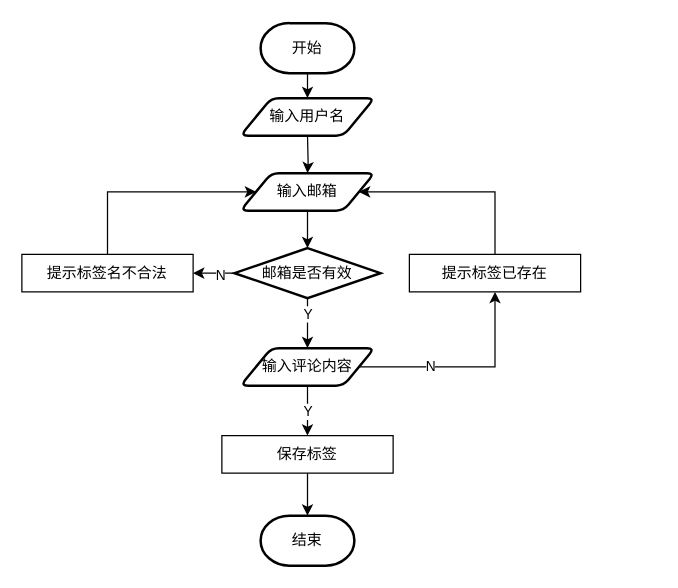
Above: 博客系统评论功能流程图.drawio in zyl-2000/draw (draw.io), before the change. Source tidied: cells renumbered, new cells numbered last; positions are measured from the earlier drawing's top-left corner, leaving out a move shared by most shapes. Both pictures are drawn from the tidied source at 125%, with x=0, y=0 at pixel (21, 22).
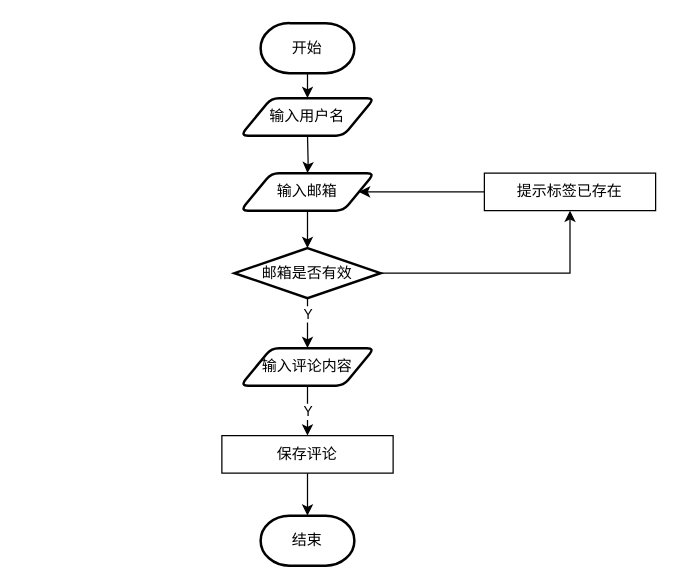
After the change.

Commit message (it also covers changes not shown here):
更新博客系统评论功能流程图.drawio

The change refers to these unchanged cells:
```xml
<mxCell id="5" value="输入邮箱" style="shape=parallelogram;html=1;strokeWidth=2;perimeter=parallelogramPerimeter;whiteSpace=wrap;rounded=1;arcSize=12;size=0.23;" parent="1" vertex="1">
  <mxGeometry x="175" y="120" width="107" height="30" as="geometry" />
</mxCell>
<mxCell id="10" value="邮箱是否有效" style="strokeWidth=2;html=1;shape=mxgraph.flowchart.decision;whiteSpace=wrap;" parent="1" vertex="1">
  <mxGeometry x="170.1" y="180" width="116.8" height="40" as="geometry" />
</mxCell>
<mxCell id="24" value="输入评论内容" style="shape=parallelogram;html=1;strokeWidth=2;perimeter=parallelogramPerimeter;whiteSpace=wrap;rounded=1;arcSize=12;size=0.23;" parent="1" vertex="1">
  <mxGeometry x="175" y="260" width="107" height="30" as="geometry" />
</mxCell>
```

The edit, as a diff of the source:
```diff
@@
-    <mxCell id="8" style="edgeStyle=orthogonalEdgeStyle;rounded=0;jettySize=auto;html=1;exitX=0;exitY=0.5;exitDx=0;exitDy=0;exitPerimeter=0;entryX=1;entryY=0.5;entryDx=0;entryDy=0;" parent="1" edge="1" source="10" target="13">
-      <mxGeometry relative="1" as="geometry" />
-    </mxCell>
-    <mxCell id="9" value="N" style="edgeLabel;html=1;align=center;verticalAlign=middle;" parent="8" vertex="1">
-      <mxGeometry x="-0.26" y="1" relative="1" as="geometry" />
-    </mxCell>
+    <mxCell id="25" style="edgeStyle=orthogonalEdgeStyle;rounded=0;jettySize=auto;html=1;exitX=1;exitY=0.5;exitDx=0;exitDy=0;exitPerimeter=0;entryX=0.5;entryY=1;entryDx=0;entryDy=0;" parent="1" edge="1" source="10" target="21">
+      <mxGeometry relative="1" as="geometry" />
+    </mxCell>
@@
-    <mxCell id="12" style="edgeStyle=orthogonalEdgeStyle;rounded=0;jettySize=auto;html=1;exitX=0.5;exitY=0;exitDx=0;exitDy=0;entryX=0;entryY=0.5;entryDx=0;entryDy=0;" parent="1" edge="1" source="13" target="5">
-      <mxGeometry relative="1" as="geometry">
-        <Array as="points">
-          <mxPoint x="69" y="135" />
-        </Array>
-      </mxGeometry>
-    </mxCell>
-    <mxCell id="13" value="提示标签名不合法" style="rounded=0;whiteSpace=wrap;html=1;" parent="1" vertex="1">
-      <mxGeometry y="185" width="137" height="30" as="geometry" />
-    </mxCell>
-    <mxCell id="14" style="edgeStyle=orthogonalEdgeStyle;rounded=0;jettySize=auto;html=1;entryX=0.5;entryY=1;entryDx=0;entryDy=0;" parent="1" edge="1" source="24" target="21">
-      <mxGeometry relative="1" as="geometry" />
-    </mxCell>
-    <mxCell id="15" value="N" style="edgeLabel;html=1;align=center;verticalAlign=middle;" parent="14" vertex="1">
-      <mxGeometry x="-0.32" y="1" relative="1" as="geometry" />
-    </mxCell>
@@
-    <mxCell id="19" value="保存标签" style="rounded=0;whiteSpace=wrap;html=1;" parent="1" vertex="1">
+    <mxCell id="19" value="保存评论" style="rounded=0;whiteSpace=wrap;html=1;" parent="1" vertex="1">
       <mxGeometry x="160" y="330" width="137" height="30" as="geometry" />
     </mxCell>
@@
     <mxCell id="21" value="提示标签已存在" style="rounded=0;whiteSpace=wrap;html=1;" parent="1" vertex="1">
-      <mxGeometry x="310" y="185" width="137" height="30" as="geometry" />
+      <mxGeometry x="370" y="120" width="137" height="30" as="geometry" />
     </mxCell>
```
